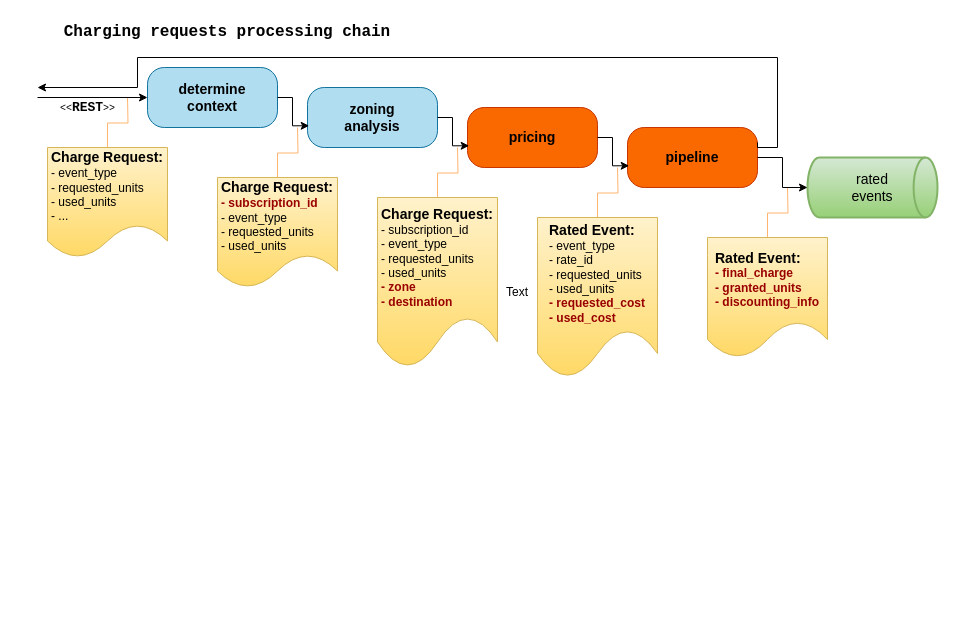
This is ratemind/ChargingRequestChain.drawio from arturd2/diagrams, a draw.io file, before an edit. Source tidied: cells renumbered, new cells numbered last; positions are measured from the earlier drawing's top-left corner, leaving out a move shared by most shapes. Both pictures are drawn from the tidied source at 100%, with x=0, y=0 at pixel (27, 17).
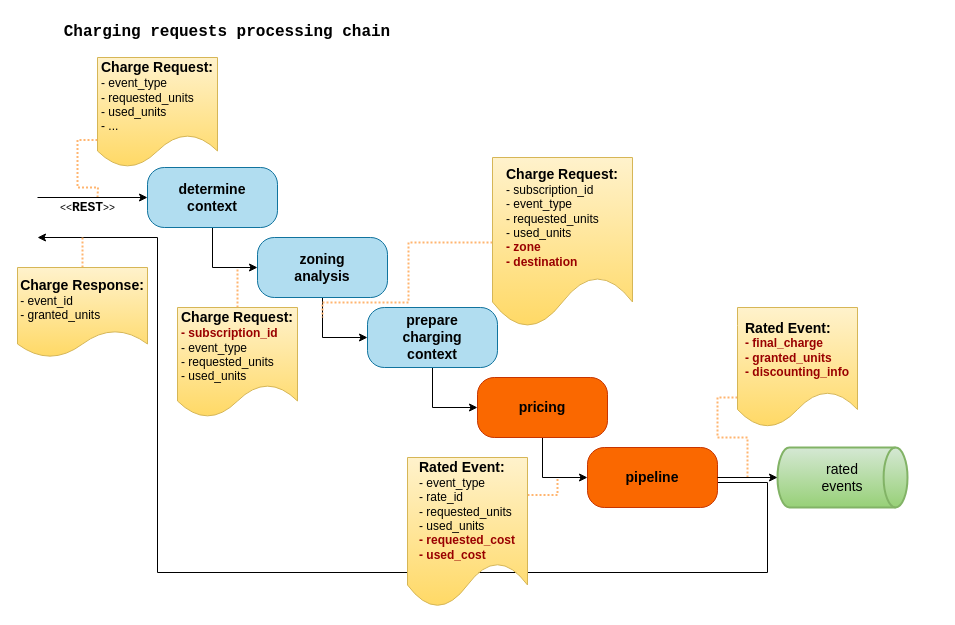
The same page after the edit.

The edit, as a diff of the source:
```diff
@@
     <mxCell id="2" style="ellipse;whiteSpace=wrap;html=1;align=center;fillColor=none;strokeColor=none;perimeter=centerPerimeter;" parent="1" vertex="1">
-      <mxGeometry x="130" y="40" width="10" height="10" as="geometry" />
+      <mxGeometry x="130" y="140" width="10" height="10" as="geometry" />
     </mxCell>
+    <mxCell id="7" style="edgeStyle=orthogonalEdgeStyle;rounded=0;jettySize=auto;html=1;exitX=0.5;exitY=1;exitDx=0;exitDy=0;entryX=0;entryY=0.5;entryDx=0;entryDy=0;" parent="1" edge="1" source="3" target="6">
+      <mxGeometry relative="1" as="geometry" />
+    </mxCell>
     <mxCell id="3" value="&lt;div&gt;&lt;span&gt;&lt;font&gt;determine&lt;/font&gt;&lt;/span&gt;&lt;/div&gt;&lt;div&gt;&lt;span&gt;&lt;font&gt;context&lt;/font&gt;&lt;/span&gt;&lt;/div&gt;" style="rounded=1;whiteSpace=wrap;html=1;fillColor=#b1ddf0;strokeColor=#10739e;fontSize=14;arcSize=28;fontStyle=1;" parent="1" vertex="1">
-      <mxGeometry x="120" y="50" width="130" height="60" as="geometry" />
+      <mxGeometry x="120" y="150" width="130" height="60" as="geometry" />
     </mxCell>
-    <mxCell id="4" style="edgeStyle=orthogonalEdgeStyle;rounded=0;jettySize=auto;html=1;exitX=0.5;exitY=0;exitDx=0;exitDy=0;endArrow=none;endFill=0;strokeColor=#FFB570;" parent="1" edge="1" source="5">
-      <mxGeometry relative="1" as="geometry">
-        <mxPoint x="100" y="80" as="targetPoint" />
-      </mxGeometry>
-    </mxCell>
+    <mxCell id="30" style="edgeStyle=orthogonalEdgeStyle;rounded=0;jettySize=auto;html=1;exitX=0;exitY=0.75;exitDx=0;exitDy=0;endArrow=none;endFill=0;strokeColor=#FFB570;dashed=1;dashPattern=1 1;strokeWidth=2;" parent="1" edge="1" source="5">
+      <mxGeometry relative="1" as="geometry">
+        <mxPoint x="70" y="180" as="targetPoint" />
+      </mxGeometry>
+    </mxCell>
     <mxCell id="5" value="&lt;b&gt;&lt;font style=&quot;font-size: 14px;&quot;&gt;Charge Request:&lt;/font&gt;&lt;/b&gt;&lt;div align=&quot;left&quot;&gt;- event_type&lt;/div&gt;&lt;div align=&quot;left&quot;&gt;- requested_units&lt;br&gt;- used_units&lt;/div&gt;&lt;div align=&quot;left&quot;&gt;- ...&lt;/div&gt;" style="shape=document;whiteSpace=wrap;html=1;boundedLbl=1;fillColor=#fff2cc;strokeColor=#d6b656;gradientColor=#ffd966;" parent="1" vertex="1">
-      <mxGeometry x="20" y="130" width="120" height="110" as="geometry" />
+      <mxGeometry x="70" y="40" width="120" height="110" as="geometry" />
     </mxCell>
+    <mxCell id="31" style="edgeStyle=orthogonalEdgeStyle;rounded=0;jettySize=auto;html=1;exitX=0.5;exitY=1;exitDx=0;exitDy=0;entryX=0;entryY=0.5;entryDx=0;entryDy=0;" parent="1" edge="1" source="6" target="39">
+      <mxGeometry relative="1" as="geometry" />
+    </mxCell>
     <mxCell id="6" value="zoning&lt;br&gt;analysis" style="rounded=1;whiteSpace=wrap;html=1;fillColor=#b1ddf0;strokeColor=#10739e;fontSize=14;arcSize=28;fontStyle=1;" parent="1" vertex="1">
-      <mxGeometry x="280" y="70" width="130" height="60" as="geometry" />
+      <mxGeometry x="230" y="220" width="130" height="60" as="geometry" />
     </mxCell>
-    <mxCell id="7" style="edgeStyle=orthogonalEdgeStyle;rounded=0;jettySize=auto;html=1;exitX=1;exitY=0.5;exitDx=0;exitDy=0;entryX=0.013;entryY=0.638;entryDx=0;entryDy=0;entryPerimeter=0;" parent="1" edge="1" source="3" target="6">
-      <mxGeometry relative="1" as="geometry">
-        <Array as="points">
-          <mxPoint x="265" y="80" />
-          <mxPoint x="265" y="108" />
-        </Array>
-      </mxGeometry>
-    </mxCell>
+    <mxCell id="32" style="edgeStyle=orthogonalEdgeStyle;rounded=0;jettySize=auto;html=1;exitX=0.5;exitY=1;exitDx=0;exitDy=0;entryX=0;entryY=0.5;entryDx=0;entryDy=0;" parent="1" edge="1" source="8" target="14">
+      <mxGeometry relative="1" as="geometry" />
+    </mxCell>
     <mxCell id="8" value="pricing" style="rounded=1;whiteSpace=wrap;html=1;fillColor=#fa6800;strokeColor=#C73500;fontSize=14;arcSize=28;fontStyle=1;fontColor=#000000;" parent="1" vertex="1">
-      <mxGeometry x="440" y="90" width="130" height="60" as="geometry" />
+      <mxGeometry x="450" y="360" width="130" height="60" as="geometry" />
     </mxCell>
-    <mxCell id="9" style="edgeStyle=orthogonalEdgeStyle;rounded=0;jettySize=auto;html=1;exitX=1;exitY=0.5;exitDx=0;exitDy=0;entryX=0.013;entryY=0.638;entryDx=0;entryDy=0;entryPerimeter=0;" parent="1" edge="1" target="8">
-      <mxGeometry relative="1" as="geometry">
-        <mxPoint x="410" y="100" as="sourcePoint" />
-        <Array as="points">
-          <mxPoint x="425" y="100" />
-          <mxPoint x="425" y="128" />
-        </Array>
-      </mxGeometry>
-    </mxCell>
     <mxCell id="10" value="&lt;font face=&quot;Courier New&quot; style=&quot;font-size: 10px;&quot;&gt;&amp;lt;&amp;lt;&lt;/font&gt;&lt;font style=&quot;font-size: 13px;&quot; face=&quot;Courier New&quot;&gt;&lt;b&gt;REST&lt;/b&gt;&lt;/font&gt;&lt;font face=&quot;Courier New&quot; style=&quot;font-size: 10px;&quot;&gt;&amp;gt;&amp;gt;&lt;/font&gt;" style="endArrow=classic;html=1;rounded=0;entryX=0;entryY=0.5;entryDx=0;entryDy=0;" parent="1" edge="1" target="3">
       <mxGeometry x="-0.09" y="-10" relative="1" as="geometry">
-        <mxPoint x="10" y="80" as="sourcePoint" />
+        <mxPoint x="10" y="180" as="sourcePoint" />
       </mxGeometry>
     </mxCell>
     <mxCell id="11" style="ellipse;whiteSpace=wrap;html=1;align=center;fillColor=none;strokeColor=none;perimeter=centerPerimeter;" parent="1" vertex="1">
-      <mxGeometry x="460" y="90" width="10" height="10" as="geometry" />
+      <mxGeometry x="470" y="390" width="10" height="10" as="geometry" />
     </mxCell>
-    <mxCell id="12" style="edgeStyle=orthogonalEdgeStyle;rounded=0;jettySize=auto;html=1;exitX=0.5;exitY=0;exitDx=0;exitDy=0;endArrow=none;endFill=0;strokeColor=#FFB570;" parent="1" edge="1" source="13">
-      <mxGeometry relative="1" as="geometry">
-        <mxPoint x="430" y="130" as="targetPoint" />
-      </mxGeometry>
-    </mxCell>
+    <mxCell id="33" style="edgeStyle=orthogonalEdgeStyle;rounded=0;jettySize=auto;html=1;endArrow=none;endFill=0;strokeColor=#FFB570;dashed=1;dashPattern=1 1;strokeWidth=2;" parent="1" edge="1" source="13">
+      <mxGeometry relative="1" as="geometry">
+        <mxPoint x="295" y="300" as="targetPoint" />
+        <Array as="points">
+          <mxPoint x="381" y="225" />
+          <mxPoint x="381" y="285" />
+          <mxPoint x="295" y="285" />
+        </Array>
+      </mxGeometry>
+    </mxCell>
     <mxCell id="13" value="&lt;b&gt;&lt;font style=&quot;font-size: 14px;&quot;&gt;Charge Request:&lt;/font&gt;&lt;/b&gt;&lt;div align=&quot;left&quot;&gt;- subscription_id&lt;br&gt;- event_type&lt;/div&gt;&lt;div align=&quot;left&quot;&gt;- requested_units&lt;br&gt;- used_units&lt;br&gt;&lt;span style=&quot;color: rgb(153, 0, 0);&quot;&gt;&lt;b&gt;- zone&lt;/b&gt;&lt;/span&gt;&lt;/div&gt;&lt;div align=&quot;left&quot;&gt;&lt;span style=&quot;color: rgb(153, 0, 0);&quot;&gt;&lt;b&gt;- destination&lt;/b&gt;&lt;/span&gt;&lt;/div&gt;" style="shape=document;whiteSpace=wrap;html=1;boundedLbl=1;fillColor=#fff2cc;strokeColor=#d6b656;gradientColor=#ffd966;" parent="1" vertex="1">
-      <mxGeometry x="350" y="180" width="120" height="170" as="geometry" />
+      <mxGeometry x="465" y="140" width="140" height="170" as="geometry" />
     </mxCell>
+    <mxCell id="34" style="edgeStyle=orthogonalEdgeStyle;rounded=0;orthogonalLoop=1;jettySize=auto;html=1;exitX=1;exitY=0.75;exitDx=0;exitDy=0;" parent="1" edge="1">
+      <mxGeometry relative="1" as="geometry">
+        <mxPoint x="690" y="465" as="sourcePoint" />
+        <mxPoint x="10" y="220" as="targetPoint" />
+        <Array as="points">
+          <mxPoint x="740" y="465" />
+          <mxPoint x="740" y="555" />
+          <mxPoint x="130" y="555" />
+          <mxPoint x="130" y="220" />
+        </Array>
+      </mxGeometry>
+    </mxCell>
     <mxCell id="14" value="pipeline" style="rounded=1;whiteSpace=wrap;html=1;fillColor=#fa6800;strokeColor=#C73500;fontSize=14;arcSize=28;fontStyle=1;fontColor=#000000;" parent="1" vertex="1">
-      <mxGeometry x="600" y="110" width="130" height="60" as="geometry" />
+      <mxGeometry x="560" y="430" width="130" height="60" as="geometry" />
     </mxCell>
-    <mxCell id="15" style="edgeStyle=orthogonalEdgeStyle;rounded=0;jettySize=auto;html=1;exitX=1;exitY=0.5;exitDx=0;exitDy=0;entryX=0.013;entryY=0.638;entryDx=0;entryDy=0;entryPerimeter=0;" parent="1" edge="1" target="14">
-      <mxGeometry relative="1" as="geometry">
-        <mxPoint x="570" y="120" as="sourcePoint" />
-        <Array as="points">
-          <mxPoint x="585" y="120" />
-          <mxPoint x="585" y="148" />
-        </Array>
-      </mxGeometry>
-    </mxCell>
     <mxCell id="16" style="ellipse;whiteSpace=wrap;html=1;align=center;fillColor=none;strokeColor=none;perimeter=centerPerimeter;" parent="1" vertex="1">
-      <mxGeometry x="620" y="110" width="10" height="10" as="geometry" />
+      <mxGeometry x="630" y="410" width="10" height="10" as="geometry" />
     </mxCell>
-    <mxCell id="17" style="edgeStyle=orthogonalEdgeStyle;rounded=0;jettySize=auto;html=1;exitX=0.5;exitY=0;exitDx=0;exitDy=0;endArrow=none;endFill=0;strokeColor=#FFB570;" parent="1" edge="1" source="18">
-      <mxGeometry relative="1" as="geometry">
-        <mxPoint x="590" y="150" as="targetPoint" />
-      </mxGeometry>
-    </mxCell>
+    <mxCell id="35" style="edgeStyle=orthogonalEdgeStyle;rounded=0;jettySize=auto;html=1;exitX=1;exitY=0.25;exitDx=0;exitDy=0;endArrow=none;endFill=0;strokeColor=#FFB570;dashed=1;dashPattern=1 1;strokeWidth=2;" parent="1" edge="1" source="18">
+      <mxGeometry relative="1" as="geometry">
+        <mxPoint x="530" y="460" as="targetPoint" />
+      </mxGeometry>
+    </mxCell>
     <mxCell id="18" value="&lt;div align=&quot;left&quot;&gt;&lt;b&gt;&lt;font style=&quot;font-size: 14px;&quot;&gt;Rated Event:&lt;/font&gt;&lt;/b&gt;&lt;/div&gt;&lt;div align=&quot;left&quot;&gt;- event_type&lt;/div&gt;&lt;div align=&quot;left&quot;&gt;- rate_id&lt;br&gt;- requested_units&lt;br&gt;- used_units&lt;/div&gt;&lt;div align=&quot;left&quot;&gt;&lt;b&gt;&lt;span style=&quot;color: rgb(153, 0, 0);&quot;&gt;- requested_cost&lt;br&gt;- used_cost&lt;/span&gt;&lt;/b&gt;&lt;/div&gt;" style="shape=document;whiteSpace=wrap;html=1;boundedLbl=1;fillColor=#fff2cc;strokeColor=#d6b656;gradientColor=#ffd966;" parent="1" vertex="1">
-      <mxGeometry x="510" y="200" width="120" height="160" as="geometry" />
+      <mxGeometry x="380" y="440" width="120" height="150" as="geometry" />
     </mxCell>
     <mxCell id="19" style="ellipse;whiteSpace=wrap;html=1;align=center;fillColor=none;strokeColor=none;perimeter=centerPerimeter;" parent="1" vertex="1">
-      <mxGeometry x="780" y="130" width="10" height="10" as="geometry" />
+      <mxGeometry x="790" y="430" width="10" height="10" as="geometry" />
     </mxCell>
     <mxCell id="20" style="ellipse;whiteSpace=wrap;html=1;align=center;fillColor=none;strokeColor=none;perimeter=centerPerimeter;" parent="1" vertex="1">
-      <mxGeometry x="290" y="270" width="10" height="10" as="geometry" />
+      <mxGeometry x="240" y="430" width="10" height="10" as="geometry" />
     </mxCell>
-    <mxCell id="21" style="edgeStyle=orthogonalEdgeStyle;rounded=0;jettySize=auto;html=1;exitX=0.5;exitY=0;exitDx=0;exitDy=0;endArrow=none;endFill=0;strokeColor=#FFB570;" parent="1" edge="1" source="22">
-      <mxGeometry relative="1" as="geometry">
-        <mxPoint x="270" y="110" as="targetPoint" />
-      </mxGeometry>
-    </mxCell>
+    <mxCell id="36" style="edgeStyle=orthogonalEdgeStyle;rounded=0;jettySize=auto;html=1;exitX=0.5;exitY=0;exitDx=0;exitDy=0;endArrow=none;endFill=0;strokeColor=#FFB570;dashed=1;dashPattern=1 1;strokeWidth=2;" parent="1" edge="1" source="22">
+      <mxGeometry relative="1" as="geometry">
+        <mxPoint x="210" y="250" as="targetPoint" />
+      </mxGeometry>
+    </mxCell>
     <mxCell id="22" value="&lt;b&gt;&lt;font style=&quot;font-size: 14px;&quot;&gt;Charge Request:&lt;/font&gt;&lt;/b&gt;&lt;div align=&quot;left&quot;&gt;&lt;b&gt;&lt;span style=&quot;color: rgb(153, 0, 0);&quot;&gt;- subscription_id&lt;/span&gt;&lt;/b&gt;&lt;br&gt;- event_type&lt;/div&gt;&lt;div align=&quot;left&quot;&gt;- requested_units&lt;br&gt;- used_units&lt;/div&gt;" style="shape=document;whiteSpace=wrap;html=1;boundedLbl=1;fillColor=#fff2cc;strokeColor=#d6b656;gradientColor=#ffd966;" parent="1" vertex="1">
-      <mxGeometry x="190" y="160" width="120" height="110" as="geometry" />
+      <mxGeometry x="150" y="290" width="120" height="110" as="geometry" />
     </mxCell>
-    <mxCell id="23" style="edgeStyle=orthogonalEdgeStyle;rounded=0;jettySize=auto;html=1;exitX=0.5;exitY=0;exitDx=0;exitDy=0;endArrow=none;endFill=0;strokeColor=#FFB570;" parent="1" edge="1" source="24">
-      <mxGeometry relative="1" as="geometry">
-        <mxPoint x="760" y="170" as="targetPoint" />
-      </mxGeometry>
-    </mxCell>
+    <mxCell id="37" style="edgeStyle=orthogonalEdgeStyle;rounded=0;jettySize=auto;html=1;exitX=0;exitY=0.75;exitDx=0;exitDy=0;endArrow=none;endFill=0;strokeColor=#FFB570;dashed=1;strokeWidth=2;dashPattern=1 1;" parent="1" edge="1" source="24">
+      <mxGeometry relative="1" as="geometry">
+        <mxPoint x="720" y="460" as="targetPoint" />
+        <Array as="points">
+          <mxPoint x="690" y="380" />
+          <mxPoint x="690" y="420" />
+          <mxPoint x="720" y="420" />
+        </Array>
+      </mxGeometry>
+    </mxCell>
     <mxCell id="24" value="&lt;div align=&quot;left&quot;&gt;&lt;b&gt;&lt;font style=&quot;font-size: 14px;&quot;&gt;Rated Event:&lt;/font&gt;&lt;/b&gt;&lt;/div&gt;&lt;div align=&quot;left&quot;&gt;&lt;b&gt;&lt;span style=&quot;color: rgb(153, 0, 0);&quot;&gt;- final_charge&lt;br&gt;- granted_units&lt;/span&gt;&lt;/b&gt;&lt;/div&gt;&lt;div align=&quot;left&quot;&gt;&lt;b&gt;&lt;span style=&quot;color: rgb(153, 0, 0);&quot;&gt;- discounting_info&lt;/span&gt;&lt;/b&gt;&lt;/div&gt;" style="shape=document;whiteSpace=wrap;html=1;boundedLbl=1;fillColor=#fff2cc;strokeColor=#d6b656;gradientColor=#ffd966;" parent="1" vertex="1">
-      <mxGeometry x="680" y="220" width="120" height="120" as="geometry" />
+      <mxGeometry x="710" y="290" width="120" height="120" as="geometry" />
     </mxCell>
     <mxCell id="25" value="&lt;div&gt;rated&lt;/div&gt;&lt;div&gt;events&lt;/div&gt;" style="strokeWidth=2;html=1;shape=mxgraph.flowchart.direct_data;whiteSpace=wrap;fillColor=#d5e8d4;strokeColor=#82b366;fontSize=14;gradientColor=#97d077;" parent="1" vertex="1">
-      <mxGeometry x="780" y="140" width="130" height="60" as="geometry" />
+      <mxGeometry x="750" y="430" width="130" height="60" as="geometry" />
     </mxCell>
+    <mxCell id="28" value="Charging requests processing chain" style="text;html=1;whiteSpace=wrap;strokeColor=none;fillColor=none;align=center;verticalAlign=middle;rounded=0;fontFamily=Courier New;fontSize=16;fontStyle=1;" parent="1" vertex="1">
+      <mxGeometry width="400" height="30" as="geometry" />
+    </mxCell>
+    <mxCell id="38" style="edgeStyle=orthogonalEdgeStyle;rounded=0;jettySize=auto;html=1;exitX=0.5;exitY=1;exitDx=0;exitDy=0;entryX=0;entryY=0.5;entryDx=0;entryDy=0;" parent="1" edge="1" source="39" target="8">
+      <mxGeometry relative="1" as="geometry" />
+    </mxCell>
+    <mxCell id="39" value="prepare&lt;br&gt;charging&lt;br&gt;context" style="rounded=1;whiteSpace=wrap;html=1;fillColor=#b1ddf0;strokeColor=#10739e;fontSize=14;arcSize=28;fontStyle=1;" parent="1" vertex="1">
+      <mxGeometry x="340" y="290" width="130" height="60" as="geometry" />
+    </mxCell>
@@
-    <mxCell id="27" value="Text" style="text;html=1;whiteSpace=wrap;strokeColor=none;fillColor=none;align=center;verticalAlign=middle;rounded=0;" parent="1" vertex="1">
-      <mxGeometry x="460" y="260" width="60" height="30" as="geometry" />
-    </mxCell>
-    <mxCell id="28" value="Charging requests processing chain" style="text;html=1;whiteSpace=wrap;strokeColor=none;fillColor=none;align=center;verticalAlign=middle;rounded=0;fontFamily=Courier New;fontSize=16;fontStyle=1;" parent="1" vertex="1">
-      <mxGeometry width="400" height="30" as="geometry" />
-    </mxCell>
-    <mxCell id="29" style="edgeStyle=orthogonalEdgeStyle;rounded=0;jettySize=auto;html=1;exitX=1;exitY=0.25;exitDx=0;exitDy=0;" parent="1" edge="1" source="14">
-      <mxGeometry relative="1" as="geometry">
-        <mxPoint x="10" y="70" as="targetPoint" />
-        <Array as="points">
-          <mxPoint x="730" y="130" />
-          <mxPoint x="750" y="130" />
-          <mxPoint x="750" y="40" />
-          <mxPoint x="110" y="40" />
-          <mxPoint x="110" y="70" />
-        </Array>
-      </mxGeometry>
-    </mxCell>
+    <mxCell id="40" style="edgeStyle=orthogonalEdgeStyle;rounded=0;jettySize=auto;html=1;endArrow=none;endFill=0;strokeWidth=2;dashed=1;dashPattern=1 1;strokeColor=#FFB570;" parent="1" edge="1" source="41">
+      <mxGeometry relative="1" as="geometry">
+        <mxPoint x="55" y="220" as="targetPoint" />
+      </mxGeometry>
+    </mxCell>
+    <mxCell id="41" value="&lt;b&gt;&lt;font style=&quot;font-size: 14px;&quot;&gt;Charge Response:&lt;/font&gt;&lt;/b&gt;&lt;div align=&quot;left&quot;&gt;- event_id&lt;/div&gt;&lt;div align=&quot;left&quot;&gt;- granted_units&lt;/div&gt;" style="shape=document;whiteSpace=wrap;html=1;boundedLbl=1;fillColor=#fff2cc;strokeColor=#d6b656;gradientColor=#ffd966;" parent="1" vertex="1">
+      <mxGeometry x="-10" y="250" width="130" height="90" as="geometry" />
+    </mxCell>
```
